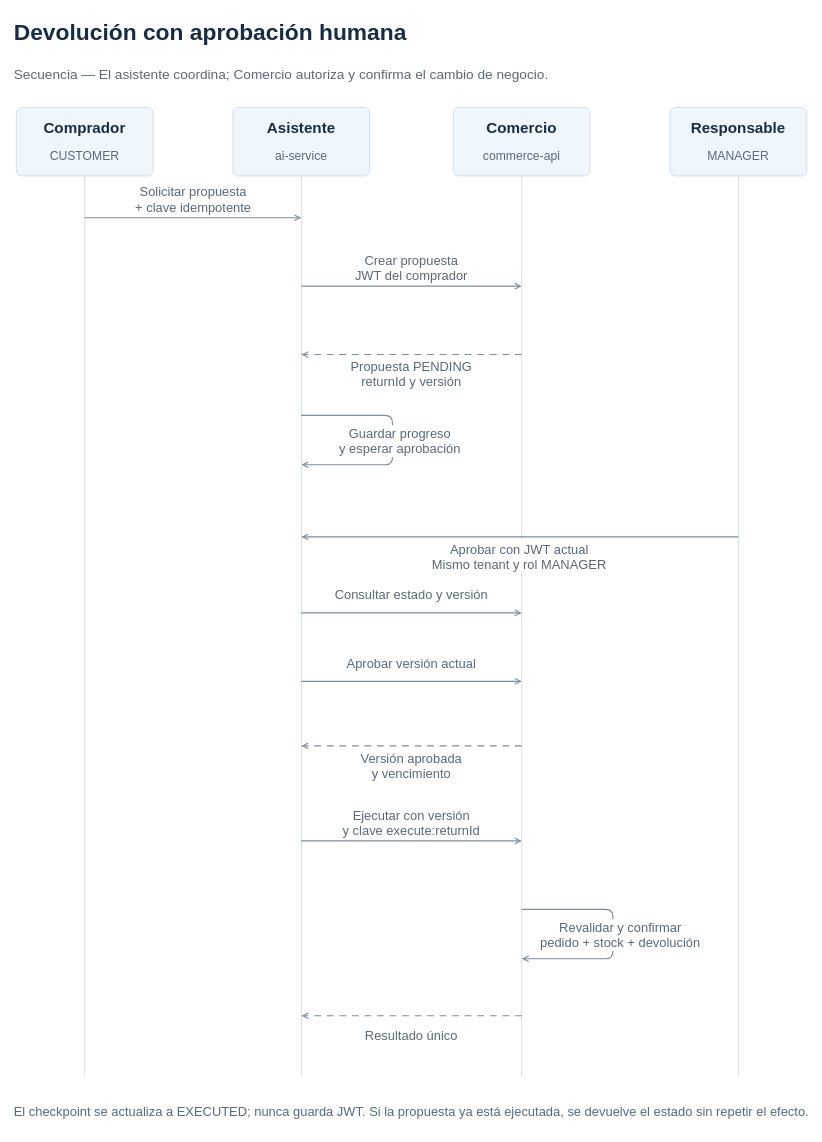
This is page "Devolución con aprobación humana" (9 of 13) of docs/diagrams/architecture.drawio from victormartingil/software-architecture, a draw.io file, before an edit. Source tidied: cells renumbered, new cells numbered last; positions are measured from the earlier drawing's top-left corner, leaving out a move shared by most shapes. Both pictures are drawn from the tidied source at 76%, with x=0, y=0 at pixel (12, 12).
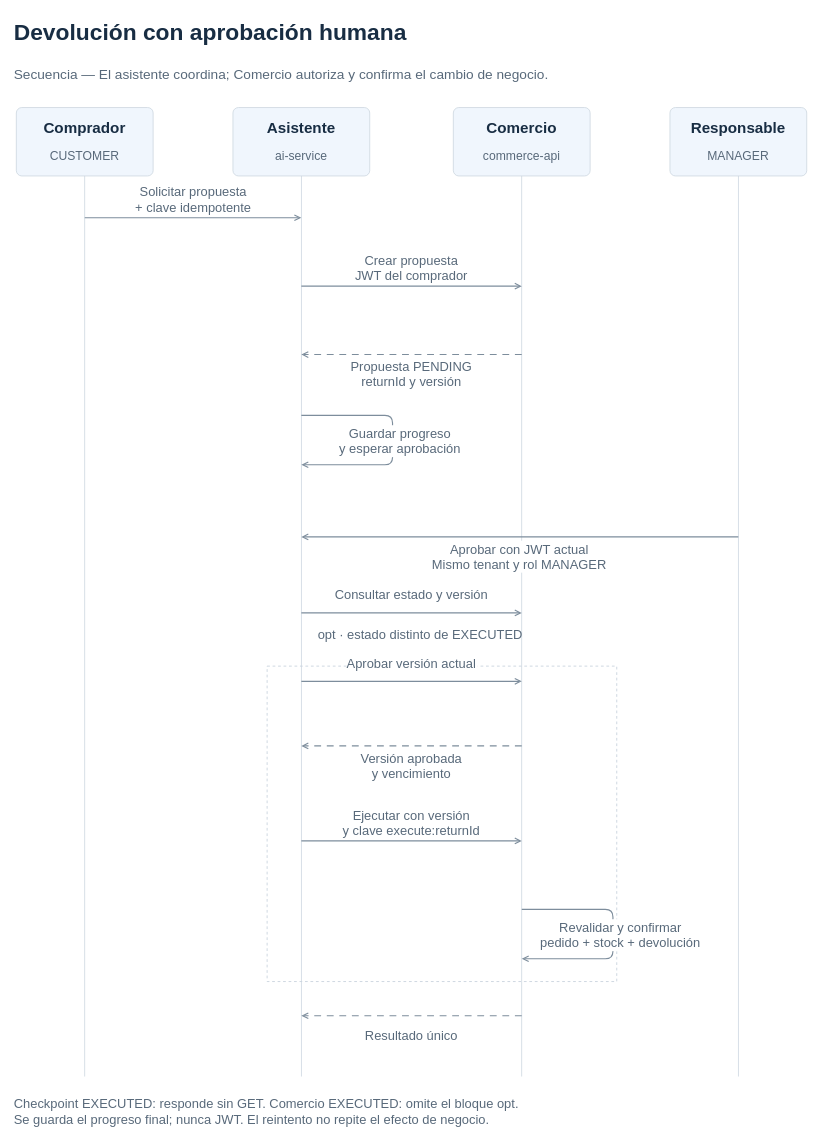
The same page after the edit.

What changed in the source:
```diff
@@
+    <mxCell id="58" style="html=0;fillColor=none;strokeColor=#CBD5DF;strokeWidth=1.2;dashed=1;" parent="1" vertex="1">
+      <mxGeometry x="335" y="860" width="460" height="415" as="geometry" />
+    </mxCell>
@@
-    <mxCell id="57" value="El checkpoint se actualiza a EXECUTED; nunca guarda JWT. Si la propuesta ya está ejecutada, se devuelve el estado sin repetir el efecto." style="text;html=0;fillColor=none;strokeColor=none;fontFamily=Arial;fontSize=17;fontColor=#58697A;fontStyle=0;align=left;verticalAlign=middle;" parent="1" vertex="1">
+    <mxCell id="57" value="Checkpoint EXECUTED: responde sin GET. Comercio EXECUTED: omite el bloque opt.&#10;Se guarda el progreso final; nunca JWT. El reintento no repite el efecto de negocio." style="text;html=0;fillColor=none;strokeColor=none;fontFamily=Arial;fontSize=17;fontColor=#58697A;fontStyle=0;align=left;verticalAlign=middle;" parent="1" vertex="1">
       <mxGeometry y="1420" width="1040" height="50" as="geometry" />
     </mxCell>
+    <mxCell id="59" value="opt · estado distinto de EXECUTED" style="text;html=0;fillColor=none;strokeColor=none;fontFamily=Arial;fontSize=17;fontColor=#58697A;align=left;verticalAlign=middle;" parent="1" vertex="1">
+      <mxGeometry x="400" y="805" width="390" height="25" as="geometry" />
+    </mxCell>
```
